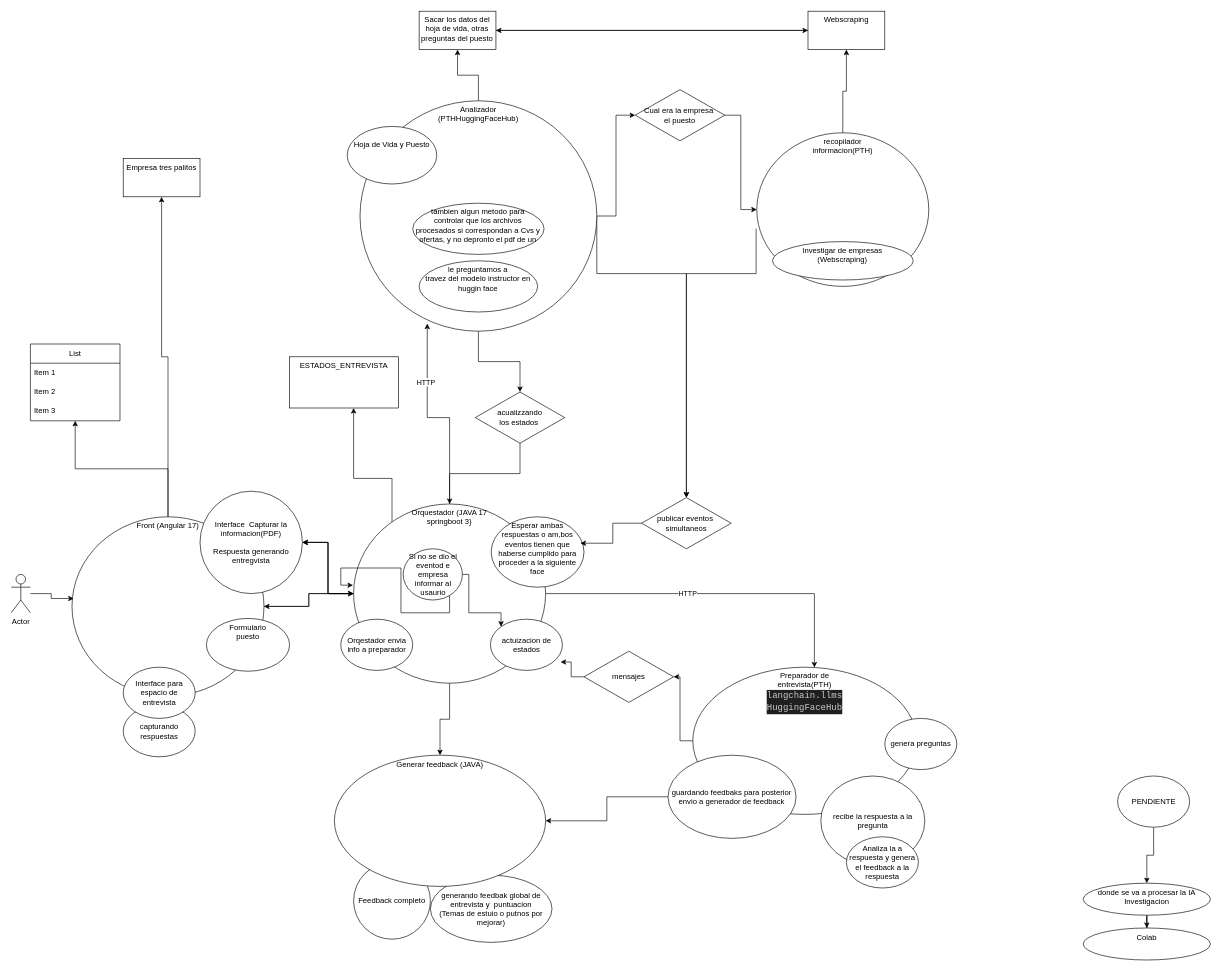
Before: page "Diagrama de arquitectura" (2 of 3) of SistemaEntrevistasInteligentes.drawio in EntrevistadorInteligente/si-architecture-diagrams, a draw.io diagram. Source tidied: cells renumbered, new cells numbered last; positions are measured from the earlier drawing's top-left corner, leaving out a move shared by most shapes. Both pictures are drawn from the tidied source at 64%, with x=0, y=0 at pixel (11, 11).
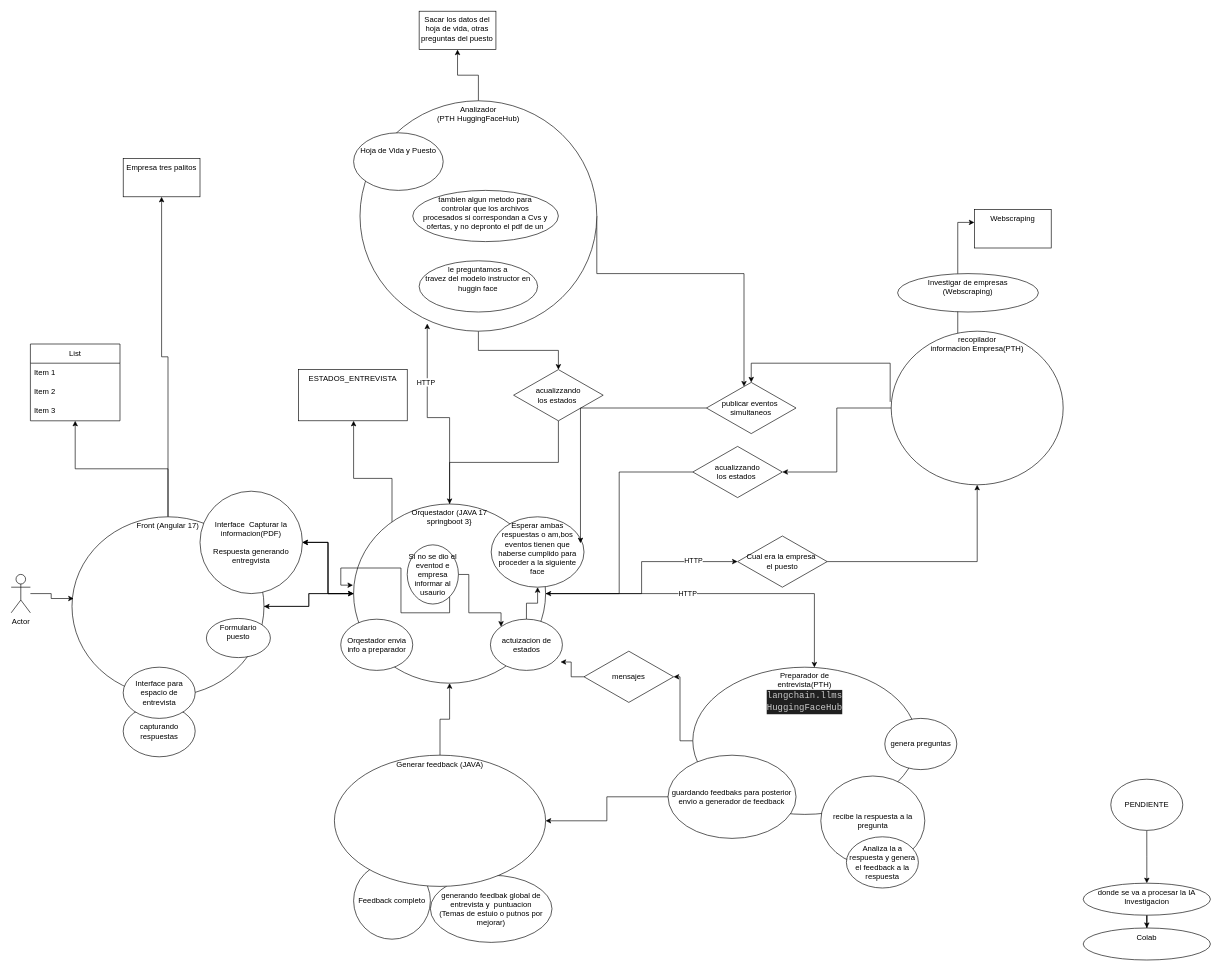
The same diagram, later.

Commit message:
Se actualizan flujos entrevistador

Unchanged cells that the change refers to:
```xml
<mxCell id="9" value="Orquestador (JAVA 17&lt;br&gt;springboot 3}" style="ellipse;whiteSpace=wrap;html=1;verticalAlign=top;" parent="1" vertex="1">
  <mxGeometry x="535" y="770" width="300" height="280" as="geometry" />
</mxCell>
<mxCell id="29" value="Generar feedback (JAVA)" style="ellipse;whiteSpace=wrap;html=1;verticalAlign=top;" parent="1" vertex="1">
  <mxGeometry x="505" y="1162.5" width="330" height="205" as="geometry" />
</mxCell>
<mxCell id="61" value="Sacar los datos del hoja de vida, otras preguntas del puesto" style="whiteSpace=wrap;html=1;verticalAlign=top;" parent="1" vertex="1">
  <mxGeometry x="637.4" width="120" height="60" as="geometry" />
</mxCell>
<mxCell id="64" value="Esperar ambas &lt;br&gt;respuestas o am,bos eventos tienen que haberse cumplido para proceder a la siguiente face" style="ellipse;whiteSpace=wrap;html=1;verticalAlign=top;" parent="1" vertex="1">
  <mxGeometry x="750" y="790" width="145" height="110" as="geometry" />
</mxCell>
<mxCell id="68" value="actuizacion de estados" style="ellipse;whiteSpace=wrap;html=1;" parent="1" vertex="1">
  <mxGeometry x="748.8" y="950" width="112.5" height="80" as="geometry" />
</mxCell>
```

Diff of the diagram source:
```diff
@@
-    <mxCell id="3" style="edgeStyle=orthogonalEdgeStyle;rounded=0;jettySize=auto;html=1;" parent="1" edge="1" source="9" target="29">
-      <mxGeometry relative="1" as="geometry" />
-    </mxCell>
@@
+    <mxCell id="74" style="edgeStyle=orthogonalEdgeStyle;rounded=0;jettySize=auto;html=1;entryX=0;entryY=0.5;entryDx=0;entryDy=0;" parent="1" edge="1" source="9" target="59">
+      <mxGeometry relative="1" as="geometry" />
+    </mxCell>
+    <mxCell id="75" value="HTTP" style="edgeLabel;html=1;align=center;verticalAlign=middle;" parent="74" vertex="1">
+      <mxGeometry x="0.6" y="2" relative="1" as="geometry" />
+    </mxCell>
@@
     <mxCell id="10" style="edgeStyle=orthogonalEdgeStyle;rounded=0;jettySize=auto;html=1;" parent="1" edge="1" source="12" target="63">
-      <mxGeometry relative="1" as="geometry" />
+      <mxGeometry relative="1" as="geometry">
+        <Array as="points">
+          <mxPoint x="1479" y="330" />
+          <mxPoint x="1545" y="330" />
+        </Array>
+      </mxGeometry>
     </mxCell>
-    <mxCell id="11" style="edgeStyle=orthogonalEdgeStyle;rounded=0;jettySize=auto;html=1;entryX=0.5;entryY=0;entryDx=0;entryDy=0;exitX=-0.004;exitY=0.624;exitDx=0;exitDy=0;exitPerimeter=0;" parent="1" edge="1" source="12" target="65">
+    <mxCell id="11" style="edgeStyle=orthogonalEdgeStyle;rounded=0;jettySize=auto;html=1;entryX=0.5;entryY=0;entryDx=0;entryDy=0;exitX=-0.006;exitY=0.46;exitDx=0;exitDy=0;exitPerimeter=0;" parent="1" edge="1" source="12" target="65">
       <mxGeometry relative="1" as="geometry">
         <Array as="points">
-          <mxPoint x="1164" y="410" />
-          <mxPoint x="1055" y="410" />
+          <mxPoint x="1373" y="550" />
+          <mxPoint x="1156" y="550" />
         </Array>
       </mxGeometry>
     </mxCell>
+    <mxCell id="76" style="edgeStyle=orthogonalEdgeStyle;rounded=0;jettySize=auto;html=1;entryX=1;entryY=0.5;entryDx=0;entryDy=0;" parent="1" edge="1" source="12" target="80">
+      <mxGeometry relative="1" as="geometry" />
+    </mxCell>
-    <mxCell id="12" value="recopilador&lt;br&gt;informacion(PTH)" style="ellipse;whiteSpace=wrap;html=1;verticalAlign=top;" parent="1" vertex="1">
-      <mxGeometry x="1165" y="190" width="268.7" height="240" as="geometry" />
+    <mxCell id="12" value="recopilador&lt;br&gt;informacion Empresa(PTH)" style="ellipse;whiteSpace=wrap;html=1;verticalAlign=top;" parent="1" vertex="1">
+      <mxGeometry x="1375" y="500" width="268.7" height="240" as="geometry" />
     </mxCell>
     <mxCell id="13" value="Investigar de empresas&lt;br&gt;(Webscraping)" style="ellipse;whiteSpace=wrap;html=1;verticalAlign=top;" parent="1" vertex="1">
-      <mxGeometry x="1189.4" y="360" width="220" height="60" as="geometry" />
+      <mxGeometry x="1385" y="410" width="220" height="60" as="geometry" />
     </mxCell>
@@
+    <mxCell id="77" style="edgeStyle=orthogonalEdgeStyle;rounded=0;jettySize=auto;html=1;" parent="1" edge="1" source="29" target="9">
+      <mxGeometry relative="1" as="geometry" />
+    </mxCell>
@@
     <mxCell id="36" value="PENDIENTE" style="ellipse;whiteSpace=wrap;html=1;" parent="1" vertex="1">
-      <mxGeometry x="1728.8" y="1195" width="112.5" height="80" as="geometry" />
+      <mxGeometry x="1718.1" y="1200" width="112.5" height="80" as="geometry" />
     </mxCell>
@@
     <mxCell id="40" value="ESTADOS_ENTREVISTA" style="whiteSpace=wrap;html=1;verticalAlign=top;" parent="1" vertex="1">
-      <mxGeometry x="435" y="540" width="170" height="80" as="geometry" />
+      <mxGeometry x="448.8" y="560" width="170" height="80" as="geometry" />
     </mxCell>
@@
-    <mxCell id="42" style="edgeStyle=orthogonalEdgeStyle;rounded=0;jettySize=auto;html=1;entryX=0;entryY=0.5;entryDx=0;entryDy=0;" parent="1" edge="1" source="45" target="59">
-      <mxGeometry relative="1" as="geometry" />
-    </mxCell>
@@
     <mxCell id="44" style="edgeStyle=orthogonalEdgeStyle;rounded=0;jettySize=auto;html=1;exitX=1;exitY=0.5;exitDx=0;exitDy=0;" parent="1" edge="1" source="45" target="65">
       <mxGeometry relative="1" as="geometry">
         <Array as="points">
           <mxPoint x="915" y="410" />
-          <mxPoint x="1055" y="410" />
+          <mxPoint x="1145" y="410" />
         </Array>
       </mxGeometry>
     </mxCell>
-    <mxCell id="45" value="Analizador &lt;br&gt;(PTHHuggingFaceHub&lt;span style=&quot;background-color: initial;&quot;&gt;)&lt;/span&gt;" style="ellipse;whiteSpace=wrap;html=1;verticalAlign=top;" parent="1" vertex="1">
+    <mxCell id="45" value="Analizador &lt;br&gt;(PTH HuggingFaceHub&lt;span style=&quot;background-color: initial;&quot;&gt;)&lt;/span&gt;" style="ellipse;whiteSpace=wrap;html=1;verticalAlign=top;" parent="1" vertex="1">
       <mxGeometry x="545" y="140" width="370" height="360" as="geometry" />
     </mxCell>
     <mxCell id="46" value="&lt;br&gt;Hoja de Vida y Puesto" style="ellipse;whiteSpace=wrap;html=1;verticalAlign=top;" parent="1" vertex="1">
-      <mxGeometry x="525" y="180" width="140" height="90" as="geometry" />
+      <mxGeometry x="535" y="190" width="140" height="90" as="geometry" />
     </mxCell>
     <mxCell id="47" value="Formulario &lt;br&gt;puesto" style="ellipse;whiteSpace=wrap;html=1;verticalAlign=top;" parent="1" vertex="1">
-      <mxGeometry x="305" y="948.8" width="130" height="82.5" as="geometry" />
+      <mxGeometry x="305" y="948.8" width="100" height="61.2" as="geometry" />
     </mxCell>
     <mxCell id="48" value="tambien algun metodo para &lt;br&gt;controlar que los archivos &lt;br&gt;procesados si correspondan a Cvs y ofertas, y no depronto el pdf de un" style="ellipse;whiteSpace=wrap;html=1;verticalAlign=top;" parent="1" vertex="1">
-      <mxGeometry x="627.4" y="300" width="205.2" height="80" as="geometry" />
+      <mxGeometry x="627.4" y="280" width="227.6" height="80" as="geometry" />
     </mxCell>
@@
     <mxCell id="52" value="acualizzando &lt;br&gt;los estados&amp;nbsp;" style="rhombus;whiteSpace=wrap;html=1;" parent="1" vertex="1">
-      <mxGeometry x="725" y="595" width="140" height="80" as="geometry" />
+      <mxGeometry x="785" y="560" width="140" height="80" as="geometry" />
     </mxCell>
@@
     <mxCell id="59" value="Cual era la empresa&amp;nbsp;&lt;br&gt;el puesto" style="rhombus;whiteSpace=wrap;html=1;" parent="1" vertex="1">
-      <mxGeometry x="975" y="122.5" width="140" height="80" as="geometry" />
+      <mxGeometry x="1135" y="820" width="140" height="80" as="geometry" />
     </mxCell>
-    <mxCell id="60" style="edgeStyle=orthogonalEdgeStyle;rounded=0;jettySize=auto;html=1;entryX=0;entryY=0.5;entryDx=0;entryDy=0;" parent="1" edge="1" source="61" target="63">
-      <mxGeometry relative="1" as="geometry" />
-    </mxCell>
@@
-    <mxCell id="62" style="edgeStyle=orthogonalEdgeStyle;rounded=0;jettySize=auto;html=1;entryX=1;entryY=0.5;entryDx=0;entryDy=0;" parent="1" edge="1" source="63" target="61">
-      <mxGeometry relative="1" as="geometry" />
-    </mxCell>
     <mxCell id="63" value="Webscraping" style="whiteSpace=wrap;html=1;verticalAlign=top;" parent="1" vertex="1">
-      <mxGeometry x="1245" width="120" height="60" as="geometry" />
+      <mxGeometry x="1505" y="310" width="120" height="60" as="geometry" />
     </mxCell>
@@
     <mxCell id="65" value="publicar eventos&amp;nbsp;&lt;br&gt;simultaneos" style="rhombus;whiteSpace=wrap;html=1;" parent="1" vertex="1">
-      <mxGeometry x="985" y="760" width="140" height="80" as="geometry" />
+      <mxGeometry x="1086.3" y="580" width="140" height="80" as="geometry" />
     </mxCell>
@@
+    <mxCell id="78" style="edgeStyle=orthogonalEdgeStyle;rounded=0;jettySize=auto;html=1;" parent="1" edge="1" source="68" target="64">
+      <mxGeometry relative="1" as="geometry" />
+    </mxCell>
@@
-    <mxCell id="72" value="Si no se dio el eventod e empresa informar al usaurio" style="ellipse;whiteSpace=wrap;html=1;" parent="1" vertex="1">
-      <mxGeometry x="612.5" y="840" width="92.5" height="80" as="geometry" />
+    <mxCell id="72" value="Si no se dio el eventod e empresa informar al usaurio" style="ellipse;whiteSpace=wrap;html=1;direction=south;" parent="1" vertex="1">
+      <mxGeometry x="618.8" y="833.8" width="80" height="92.5" as="geometry" />
     </mxCell>
@@
+    <mxCell id="79" style="edgeStyle=orthogonalEdgeStyle;rounded=0;jettySize=auto;html=1;entryX=1;entryY=0.5;entryDx=0;entryDy=0;" parent="1" edge="1" source="80" target="9">
+      <mxGeometry relative="1" as="geometry" />
+    </mxCell>
+    <mxCell id="80" value="acualizzando &lt;br&gt;los estados&amp;nbsp;" style="rhombus;whiteSpace=wrap;html=1;" parent="1" vertex="1">
+      <mxGeometry x="1065" y="680" width="140" height="80" as="geometry" />
+    </mxCell>
```
